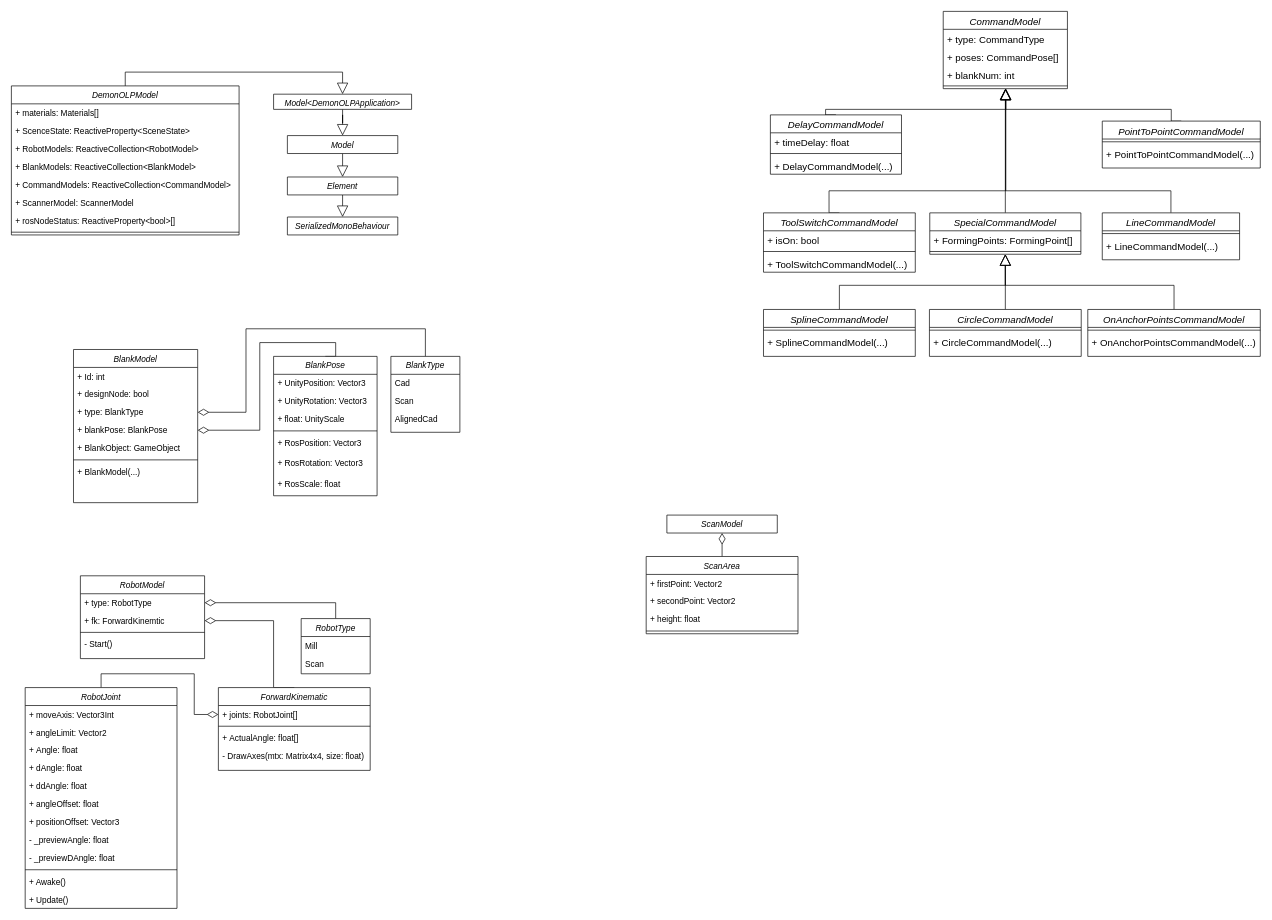
This is UIElementsSchema/Диаграмма без названия.drawio from zik-888/DemonOLP, a draw.io file, before an edit. Source tidied: cells renumbered, new cells numbered last; positions are measured from the earlier drawing's top-left corner, leaving out a move shared by most shapes. Both pictures are drawn from the tidied source at 69%, with x=0, y=0 at pixel (11, 11).
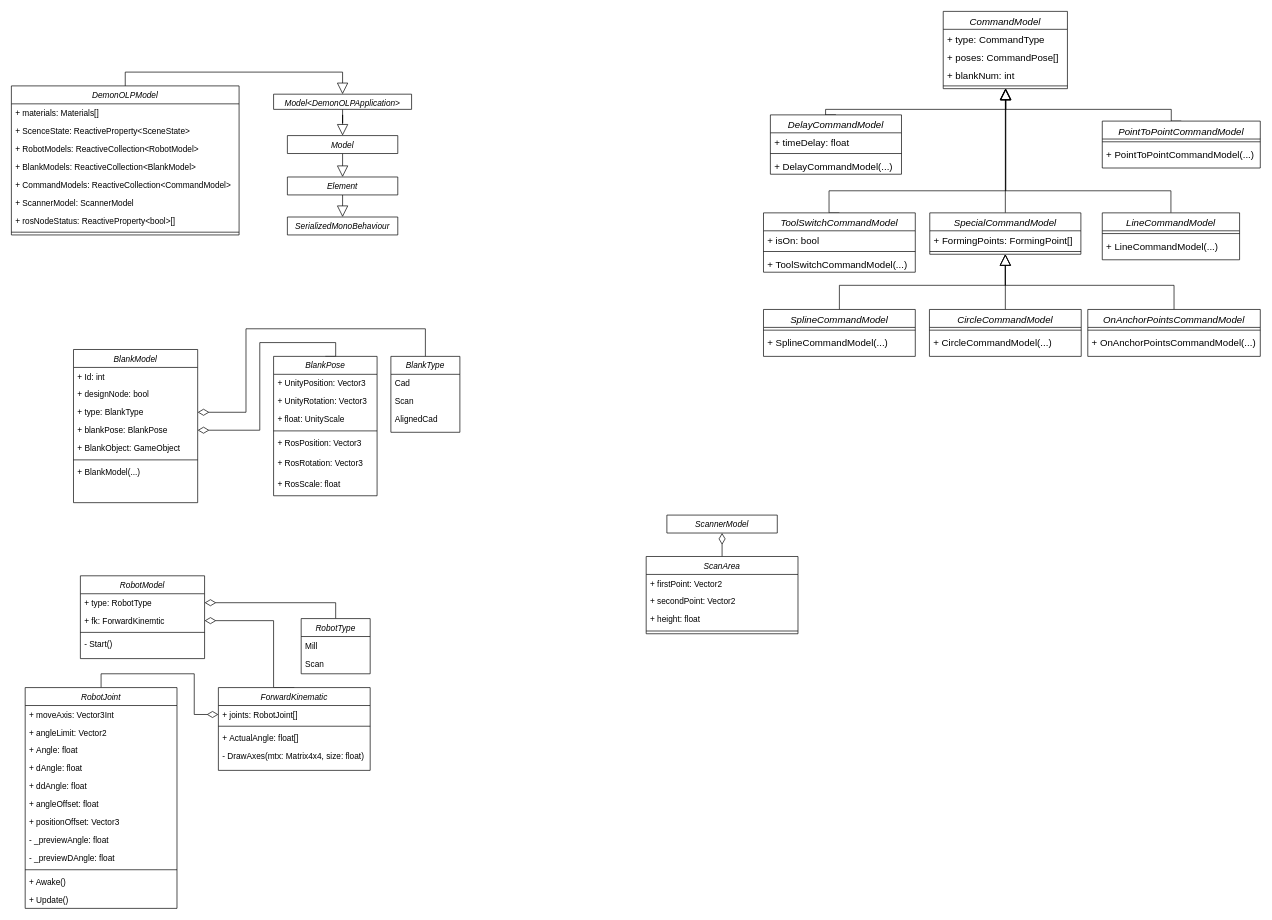
The same page after the edit.

Change to the diagram source:
```diff
@@
-    <mxCell id="109" value="ScanModel" style="swimlane;fontStyle=2;align=center;verticalAlign=top;horizontal=1;startSize=26;rounded=0;shadow=0;strokeWidth=1;" parent="1" vertex="1" collapsed="1">
+    <mxCell id="109" value="ScannerModel" style="swimlane;fontStyle=2;align=center;verticalAlign=top;horizontal=1;startSize=26;rounded=0;shadow=0;strokeWidth=1;" parent="1" vertex="1" collapsed="1">
       <mxGeometry x="950" y="730" width="160" height="26" as="geometry" />
     </mxCell>
```
